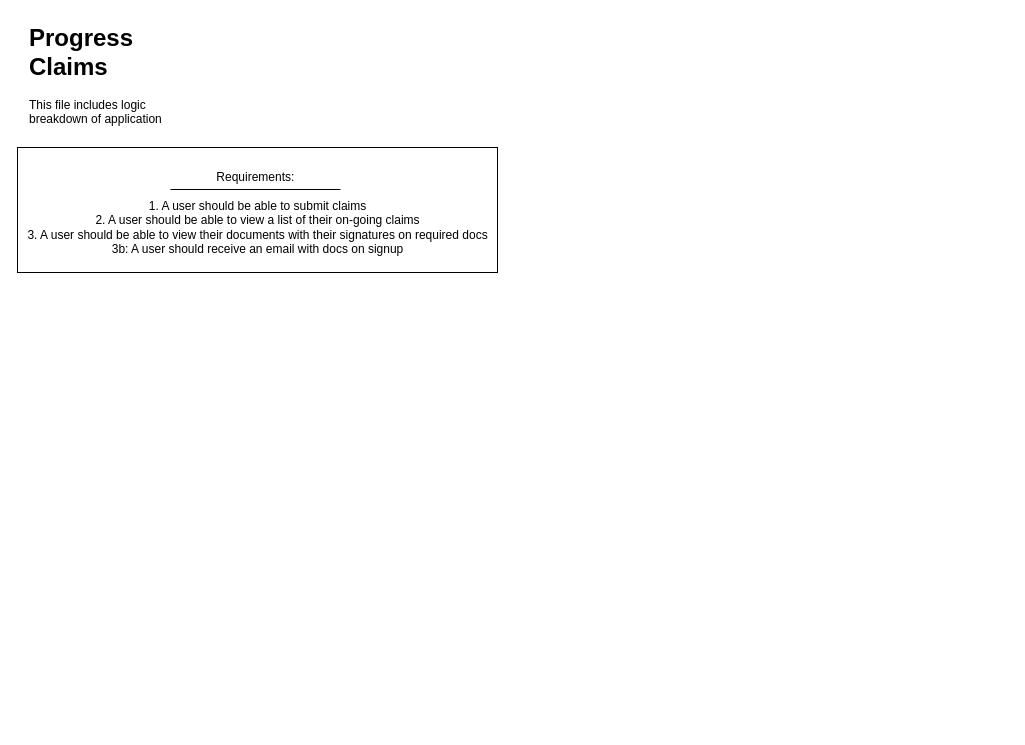
The draw.io diagram progress_claims.drawio in Cal3574/logic_diagrams, before the edit. Source tidied: cells renumbered, new cells numbered last; positions are measured from the earlier drawing's top-left corner, leaving out a move shared by most shapes. Both pictures are drawn from the tidied source at 100%, with x=0, y=0 at pixel (17, 17).
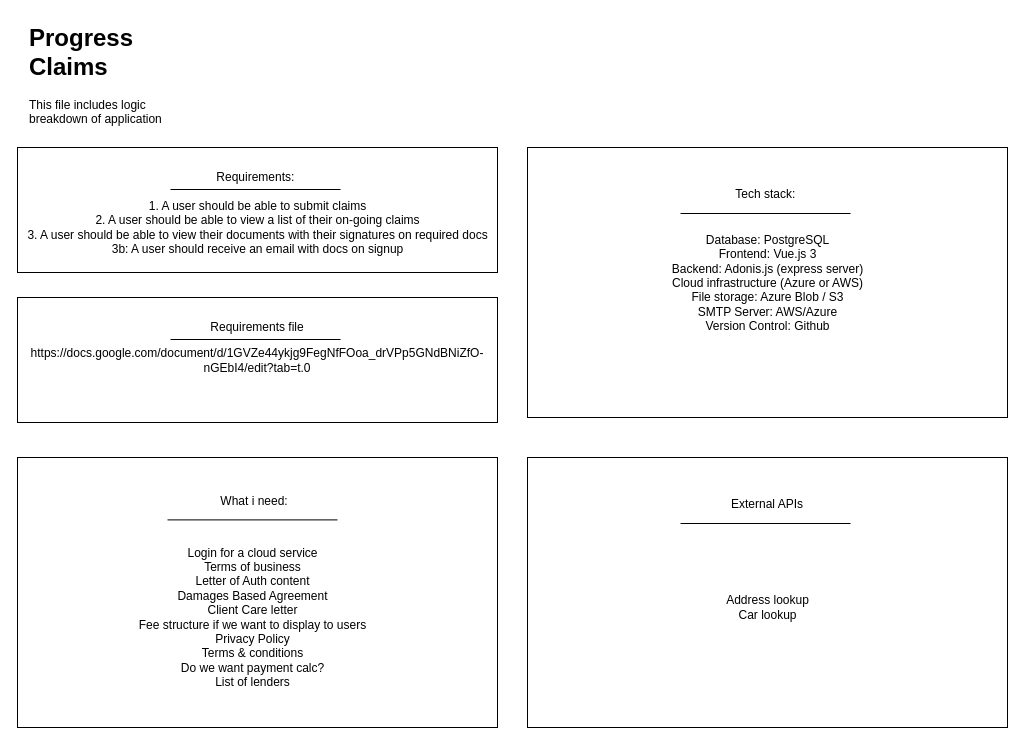
After the change.

What changed in the source:
```diff
@@
+    <mxCell id="8" style="group;" parent="1" vertex="1">
+      <mxGeometry x="510" y="130" width="480" height="270" as="geometry" />
+    </mxCell>
+    <mxCell id="9" style="rounded=0;whiteSpace=wrap;html=1;" parent="8" vertex="1">
+      <mxGeometry width="480" height="270" as="geometry" />
+    </mxCell>
+    <mxCell id="10" value="Database: PostgreSQL&lt;div&gt;Frontend: Vue.js 3&lt;/div&gt;&lt;div&gt;Backend: Adonis.js (express server)&lt;/div&gt;&lt;div&gt;Cloud infrastructure (Azure or AWS)&lt;/div&gt;&lt;div&gt;File storage: Azure Blob / S3&lt;/div&gt;&lt;div&gt;SMTP Server: AWS/Azure&lt;/div&gt;&lt;div&gt;Version Control: Github&lt;/div&gt;&lt;div&gt;&lt;br&gt;&lt;/div&gt;&lt;div&gt;&lt;br&gt;&lt;/div&gt;" style="text;html=1;align=center;verticalAlign=middle;strokeColor=none;fillColor=none;" parent="8" vertex="1">
+      <mxGeometry x="135" y="80" width="210" height="140" as="geometry" />
+    </mxCell>
+    <mxCell id="11" style="group;" parent="8" vertex="1">
+      <mxGeometry x="153" y="23.6" width="170" height="47.1" as="geometry" />
+    </mxCell>
+    <mxCell id="12" value="Tech stack:&amp;nbsp;" style="text;html=1;align=center;verticalAlign=middle;whiteSpace=wrap;rounded=0;" parent="11" vertex="1">
+      <mxGeometry x="27" width="120" height="47.1" as="geometry" />
+    </mxCell>
+    <mxCell id="13" style="endArrow=none;html=1;rounded=0;" parent="11" edge="1">
+      <mxGeometry relative="1" as="geometry">
+        <mxPoint y="42.4" as="sourcePoint" />
+        <mxPoint x="170" y="42.4" as="targetPoint" />
+      </mxGeometry>
+    </mxCell>
+    <mxCell id="14" style="group;" parent="1" vertex="1">
+      <mxGeometry y="280" width="480" height="125" as="geometry" />
+    </mxCell>
+    <mxCell id="15" value="https://docs.google.com/document/d/1GVZe44ykjg9FegNfFOoa_drVPp5GNdBNiZfO-nGEbI4/edit?tab=t.0" style="rounded=0;whiteSpace=wrap;html=1;" parent="14" vertex="1">
+      <mxGeometry width="480" height="125" as="geometry" />
+    </mxCell>
+    <mxCell id="16" value="Requirements file" style="text;html=1;align=center;verticalAlign=middle;whiteSpace=wrap;rounded=0;" parent="14" vertex="1">
+      <mxGeometry x="180" y="15" width="120" height="30" as="geometry" />
+    </mxCell>
+    <mxCell id="17" style="endArrow=none;html=1;rounded=0;" parent="14" edge="1">
+      <mxGeometry relative="1" as="geometry">
+        <mxPoint x="153" y="42" as="sourcePoint" />
+        <mxPoint x="323" y="42" as="targetPoint" />
+      </mxGeometry>
+    </mxCell>
+    <mxCell id="18" style="rounded=0;whiteSpace=wrap;html=1;" parent="1" vertex="1">
+      <mxGeometry y="440" width="480" height="270" as="geometry" />
+    </mxCell>
+    <mxCell id="19" style="group;" parent="1" vertex="1">
+      <mxGeometry x="150" y="460" width="170" height="47.1" as="geometry" />
+    </mxCell>
+    <mxCell id="20" value="What i need:" style="text;html=1;align=center;verticalAlign=middle;whiteSpace=wrap;rounded=0;" parent="19" vertex="1">
+      <mxGeometry x="27" width="120" height="47.1" as="geometry" />
+    </mxCell>
+    <mxCell id="21" style="endArrow=none;html=1;rounded=0;" parent="19" edge="1">
+      <mxGeometry relative="1" as="geometry">
+        <mxPoint y="42.4" as="sourcePoint" />
+        <mxPoint x="170" y="42.4" as="targetPoint" />
+      </mxGeometry>
+    </mxCell>
+    <mxCell id="22" value="Login for a cloud service&lt;div&gt;Terms of business&lt;/div&gt;&lt;div&gt;Letter of Auth content&lt;/div&gt;&lt;div&gt;Damages Based Agreement&lt;/div&gt;&lt;div&gt;Client Care letter&lt;/div&gt;&lt;div&gt;Fee structure if we want to display to users&lt;/div&gt;&lt;div&gt;Privacy Policy&lt;/div&gt;&lt;div&gt;Terms &amp;amp; conditions&lt;/div&gt;&lt;div&gt;Do we want payment calc?&lt;/div&gt;&lt;div&gt;List of lenders&lt;/div&gt;" style="text;html=1;align=center;verticalAlign=middle;strokeColor=none;fillColor=none;" parent="1" vertex="1">
+      <mxGeometry x="110" y="520" width="250" height="160" as="geometry" />
+    </mxCell>
+    <mxCell id="23" style="group;" parent="1" vertex="1">
+      <mxGeometry x="510" y="440" width="480" height="270" as="geometry" />
+    </mxCell>
+    <mxCell id="24" style="rounded=0;whiteSpace=wrap;html=1;" parent="23" vertex="1">
+      <mxGeometry width="480" height="270" as="geometry" />
+    </mxCell>
+    <mxCell id="25" value="Address lookup&lt;div&gt;Car lookup&lt;/div&gt;" style="text;html=1;align=center;verticalAlign=middle;strokeColor=none;fillColor=none;" parent="23" vertex="1">
+      <mxGeometry x="185" y="130" width="110" height="40" as="geometry" />
+    </mxCell>
+    <mxCell id="26" style="group;" parent="23" vertex="1">
+      <mxGeometry x="153" y="23.6" width="170" height="47.1" as="geometry" />
+    </mxCell>
+    <mxCell id="27" value="External APIs" style="text;html=1;align=center;verticalAlign=middle;whiteSpace=wrap;rounded=0;" parent="26" vertex="1">
+      <mxGeometry x="27" width="120" height="47.1" as="geometry" />
+    </mxCell>
+    <mxCell id="28" style="endArrow=none;html=1;rounded=0;" parent="26" edge="1">
+      <mxGeometry relative="1" as="geometry">
+        <mxPoint y="42.4" as="sourcePoint" />
+        <mxPoint x="170" y="42.4" as="targetPoint" />
+      </mxGeometry>
+    </mxCell>
```
